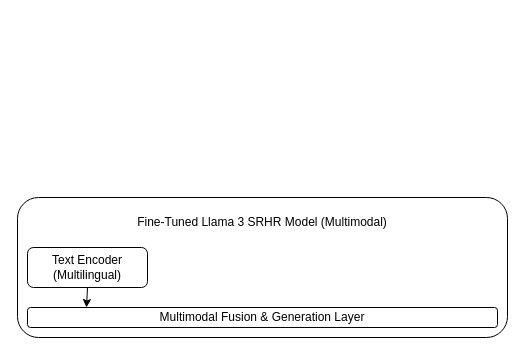
Above: Untitled Diagram.drawio in alabyekkubo-ssuubi-brian/Automation-Projects (draw.io), before the change. Source tidied: cells renumbered, new cells numbered last; positions are measured from the earlier drawing's top-left corner, leaving out a move shared by most shapes. Both pictures are drawn from the tidied source at 100%, with x=0, y=0 at pixel (17, 197).
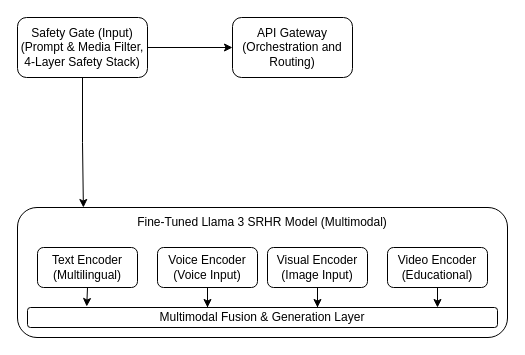
The same page after the edit.

What changed in the source:
```diff
@@
 <mxGraphModel>
   <root>
     <mxCell id="0" />
     <mxCell id="1" parent="0" />
     <mxCell id="2" style="rounded=1;whiteSpace=wrap;html=1;" parent="1" vertex="1">
-      <mxGeometry width="490" height="140" as="geometry" />
+      <mxGeometry y="10" width="490" height="130" as="geometry" />
     </mxCell>
     <mxCell id="3" value="Fine-Tuned Llama 3 SRHR Model (Multimodal)" style="text;html=1;whiteSpace=wrap;strokeColor=none;fillColor=none;align=center;verticalAlign=middle;rounded=0;" parent="1" vertex="1">
       <mxGeometry x="20" y="10" width="450" height="30" as="geometry" />
     </mxCell>
     <mxCell id="4" value="Multimodal Fusion &amp;amp; Generation Layer" style="rounded=1;whiteSpace=wrap;html=1;" parent="1" vertex="1">
       <mxGeometry x="10" y="110" width="470" height="20" as="geometry" />
     </mxCell>
     <mxCell id="5" value="Text Encoder&lt;div&gt;(Multilingual)&lt;/div&gt;" style="rounded=1;whiteSpace=wrap;html=1;" parent="1" vertex="1">
-      <mxGeometry x="10" y="50" width="120" height="40" as="geometry" />
+      <mxGeometry x="20" y="50" width="100" height="40" as="geometry" />
     </mxCell>
-    <mxCell id="6" style="endArrow=classic;html=1;rounded=0;exitX=0.5;exitY=1;exitDx=0;exitDy=0;" parent="1" edge="1" source="5">
-      <mxGeometry relative="1" as="geometry">
-        <mxPoint x="69" y="110" as="targetPoint" />
-      </mxGeometry>
+    <mxCell id="6" style="endArrow=classic;html=1;rounded=0;exitX=0.5;exitY=1;exitDx=0;exitDy=0;entryX=0.126;entryY=-0.05;entryDx=0;entryDy=0;entryPerimeter=0;" parent="1" edge="1" source="5" target="4">
+      <mxGeometry relative="1" as="geometry" />
     </mxCell>
+    <mxCell id="7" value="Voice Encoder&lt;div&gt;(Voice Input)&lt;/div&gt;" style="rounded=1;whiteSpace=wrap;html=1;" parent="1" vertex="1">
+      <mxGeometry x="140" y="50" width="100" height="40" as="geometry" />
+    </mxCell>
+    <mxCell id="8" value="Visual Encoder&lt;div&gt;(Image Input)&lt;/div&gt;" style="rounded=1;whiteSpace=wrap;html=1;" parent="1" vertex="1">
+      <mxGeometry x="250" y="50" width="100" height="40" as="geometry" />
+    </mxCell>
+    <mxCell id="9" value="Video Encoder&lt;div&gt;(Educational)&lt;/div&gt;" style="rounded=1;whiteSpace=wrap;html=1;" parent="1" vertex="1">
+      <mxGeometry x="370" y="50" width="100" height="40" as="geometry" />
+    </mxCell>
+    <mxCell id="10" style="edgeStyle=orthogonalEdgeStyle;rounded=0;jettySize=auto;html=1;entryX=0.383;entryY=0;entryDx=0;entryDy=0;entryPerimeter=0;" parent="1" edge="1" source="7" target="4">
+      <mxGeometry relative="1" as="geometry" />
+    </mxCell>
+    <mxCell id="11" style="edgeStyle=orthogonalEdgeStyle;rounded=0;jettySize=auto;html=1;entryX=0.617;entryY=0;entryDx=0;entryDy=0;entryPerimeter=0;" parent="1" edge="1" source="8" target="4">
+      <mxGeometry relative="1" as="geometry" />
+    </mxCell>
+    <mxCell id="12" style="edgeStyle=orthogonalEdgeStyle;rounded=0;jettySize=auto;html=1;" parent="1" edge="1" source="9">
+      <mxGeometry relative="1" as="geometry">
+        <mxPoint x="420" y="110" as="targetPoint" />
+      </mxGeometry>
+    </mxCell>
+    <mxCell id="13" style="edgeStyle=orthogonalEdgeStyle;rounded=0;jettySize=auto;html=1;" parent="1" edge="1" source="14" target="16">
+      <mxGeometry relative="1" as="geometry" />
+    </mxCell>
+    <mxCell id="14" value="Safety Gate (Input)&lt;div&gt;(Prompt &amp;amp; Media Filter,&lt;/div&gt;&lt;div&gt;4-Layer Safety Stack)&lt;/div&gt;" style="rounded=1;whiteSpace=wrap;html=1;" parent="1" vertex="1">
+      <mxGeometry y="-180" width="130" height="60" as="geometry" />
+    </mxCell>
+    <mxCell id="15" style="edgeStyle=orthogonalEdgeStyle;rounded=0;jettySize=auto;html=1;entryX=0.102;entryY=0;entryDx=0;entryDy=0;entryPerimeter=0;" parent="1" edge="1" source="14" target="3">
+      <mxGeometry relative="1" as="geometry" />
+    </mxCell>
+    <mxCell id="16" value="API Gateway&lt;div&gt;(Orchestration and Routing)&lt;/div&gt;" style="whiteSpace=wrap;html=1;rounded=1;" parent="1" vertex="1">
+      <mxGeometry x="215" y="-180" width="120" height="60" as="geometry" />
+    </mxCell>
   </root>
 </mxGraphModel>
```
